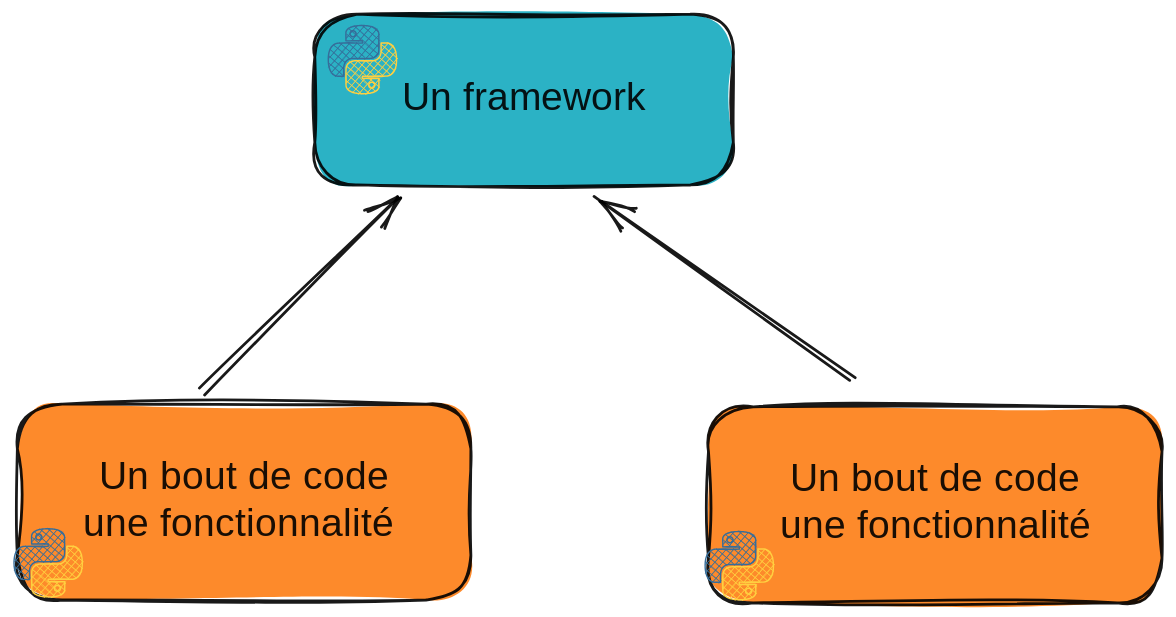
The Excalidraw diagram notebooks/media/code-with-framework.excalidraw.svg in ue22-p25/backend, before a commit. Source tidied: one line per element, renumbered; positions are measured from the earlier drawing's top-left corner, leaving out a move shared by most shapes.
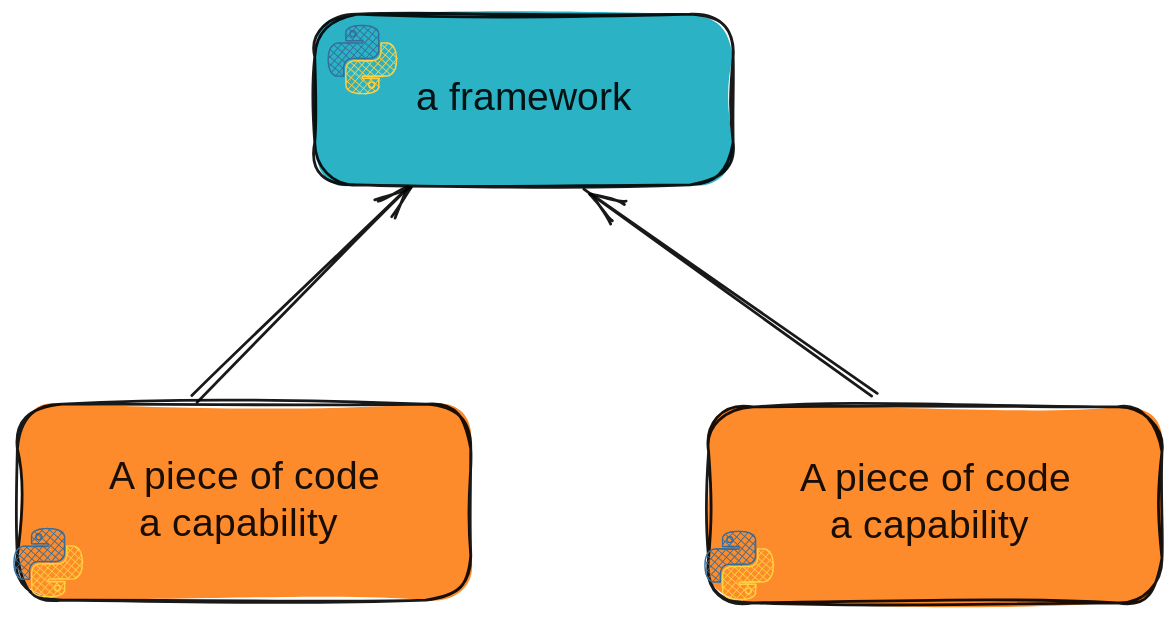
Above is the later version.

What changed in the source:
```diff
@@ -1,20 +1,20 @@
 {"id": 0, "type": "rectangle", "strokeColor": "#000000", "backgroundColor": "#15aabf", "fillStyle": "solid", "strokeWidth": 2, "roughness": 2, "opacity": 90, "round": true, "x": 215, "y": 0, "width": 299, "height": 122}
-{"id": 1, "type": "text", "text": "Un framework", "strokeColor": "#000000", "backgroundColor": "#ced4da", "fillStyle": "solid", "strokeWidth": 2, "roughness": 2, "opacity": 90, "fontSize": 28, "fontFamily": 1, "textAlign": "center", "verticalAlign": "middle", "inside": 0, "x": 282, "y": 44, "width": 164, "height": 34}
+{"id": 1, "type": "text", "text": "a framework", "strokeColor": "#000000", "backgroundColor": "#ced4da", "fillStyle": "solid", "strokeWidth": 2, "roughness": 2, "opacity": 90, "fontSize": 28, "fontFamily": 1, "textAlign": "center", "verticalAlign": "middle", "inside": 0, "x": 280, "y": 44, "width": 168, "height": 34}
 {"id": 2, "type": "line", "strokeColor": "#366d9a", "backgroundColor": "#366d9a", "fillStyle": "cross-hatch", "strokeWidth": 1, "roughness": 1, "x": 249, "y": 8, "width": 36, "height": 36, "points": [[0, 0], [0, 0], [-1, 0], [-2, 0], [-3, 0], [-4, 0], [-5, 0], [-6, 0], [-6, 1], [-7, 1], [-8, 1], [-8, 1], [-9, 1], [-9, 2], [-10, 2], [-10, 2], [-10, 2], [-10, 3], [-11, 3], [-11, 4], [-11, 4], [-12, 5], [-12, 5], [-12, 5], [-12, 5], [-12, 5], [-12, 11], [0, 11], [0, 13], [-16, 13], [-16, 13], [-16, 13], [-16, 13], [-16, 13], [-17, 13], [-17, 13], [-18, 13], [-18, 13], [-19, 13], [-19, 13], [-20, 14], [-21, 14], [-21, 14], [-21, 15], [-22, 15], [-22, 15], [-22, 16], [-23, 16], [-23, 17], [-23, 18], [-23, 18], [-24, 19], [-24, 20], [-24, 21], [-24, 22], [-24, 23], [-24, 24], [-24, 25], [-24, 26], [-24, 27], [-24, 28], [-24, 29], [-24, 30], [-23, 31], [-23, 31], [-23, 32], [-23, 32], [-22, 33], [-22, 33], [-22, 34], [-21, 34], [-21, 35], [-21, 35], [-20, 35], [-19, 36], [-19, 36], [-18, 36], [-18, 36], [-18, 36], [-17, 36], [-17, 36], [-17, 36], [-13, 36], [-13, 30], [-13, 30], [-13, 30], [-13, 30], [-13, 30], [-13, 30], [-13, 29], [-13, 29], [-13, 28], [-13, 28], [-12, 27], [-12, 26], [-12, 26], [-11, 25], [-10, 25], [-10, 24], [-10, 24], [-9, 24], [-9, 24], [-8, 24], [-8, 24], [-7, 24], [-6, 24], [5, 24], [5, 24], [5, 24], [5, 24], [6, 24], [6, 23], [6, 23], [7, 23], [7, 23], [8, 23], [9, 23], [9, 22], [10, 22], [10, 21], [11, 21], [11, 21], [11, 20], [11, 20], [12, 19], [12, 19], [12, 18], [12, 18], [12, 17], [12, 6], [12, 6], [12, 6], [12, 6], [12, 6], [12, 5], [12, 5], [12, 4], [11, 4], [11, 3], [11, 3], [10, 3], [10, 2], [9, 2], [9, 2], [8, 1], [8, 1], [7, 1], [7, 1], [6, 1], [5, 0], [4, 0], [3, 0], [2, 0], [1, 0], [0, 0], [0, 0]]}
 {"id": 3, "type": "line", "strokeColor": "#366d9a", "backgroundColor": "#366d9a", "fillStyle": "cross-hatch", "strokeWidth": 1, "roughness": 1, "x": 242, "y": 12, "width": 4, "height": 4, "points": [[0, 0], [0, 0], [0, 0], [1, 0], [1, 0], [2, 1], [2, 1], [2, 1], [2, 2], [2, 2], [2, 3], [2, 3], [2, 3], [2, 4], [1, 4], [1, 4], [0, 4], [0, 4], [0, 4], [-1, 4], [-1, 4], [-2, 4], [-2, 3], [-2, 3], [-2, 3], [-2, 2], [-2, 2], [-2, 1], [-2, 1], [-2, 1], [-1, 0], [-1, 0], [0, 0], [0, 0], [0, 0]]}
 {"id": 4, "type": "line", "strokeColor": "#ffd040", "backgroundColor": "#ffd040", "fillStyle": "cross-hatch", "strokeWidth": 1, "roughness": 1, "x": 249, "y": 57, "width": 36, "height": 36, "points": [[0, 0], [0, 0], [1, 0], [2, 0], [3, 0], [4, 0], [5, 0], [6, 0], [6, -1], [7, -1], [8, -1], [8, -1], [9, -1], [9, -2], [10, -2], [10, -2], [10, -2], [10, -3], [11, -3], [11, -4], [11, -4], [12, -5], [12, -5], [12, -5], [12, -5], [12, -5], [12, -11], [0, -11], [0, -13], [16, -13], [16, -13], [16, -13], [16, -13], [16, -13], [17, -13], [17, -13], [18, -13], [18, -13], [19, -13], [19, -13], [20, -14], [21, -14], [21, -14], [21, -15], [22, -15], [22, -15], [22, -16], [23, -16], [23, -17], [23, -18], [23, -18], [24, -19], [24, -20], [24, -21], [24, -22], [24, -23], [24, -24], [24, -25], [24, -26], [24, -27], [24, -28], [24, -29], [24, -30], [23, -31], [23, -31], [23, -32], [23, -32], [22, -33], [22, -33], [22, -34], [21, -34], [21, -35], [21, -35], [20, -35], [19, -36], [19, -36], [18, -36], [18, -36], [18, -36], [17, -36], [17, -36], [17, -36], [13, -36], [13, -30], [13, -30], [13, -30], [13, -30], [13, -30], [13, -30], [13, -29], [13, -29], [13, -28], [13, -28], [12, -27], [12, -26], [12, -26], [11, -25], [10, -25], [10, -24], [10, -24], [9, -24], [9, -24], [8, -24], [8, -24], [7, -24], [6, -24], [-5, -24], [-5, -24], [-5, -24], [-5, -24], [-6, -24], [-6, -23], [-6, -23], [-7, -23], [-7, -23], [-8, -23], [-9, -23], [-9, -22], [-10, -22], [-10, -21], [-11, -21], [-11, -21], [-11, -20], [-11, -20], [-12, -19], [-12, -19], [-12, -18], [-12, -18], [-12, -17], [-12, -6], [-12, -6], [-12, -6], [-12, -6], [-12, -6], [-12, -5], [-12, -5], [-12, -4], [-11, -4], [-11, -3], [-11, -3], [-10, -3], [-10, -2], [-9, -2], [-9, -2], [-8, -1], [-8, -1], [-7, -1], [-7, -1], [-6, -1], [-5, 0], [-4, 0], [-3, 0], [-2, 0], [-1, 0], [0, 0], [0, 0]]}
 {"id": 5, "type": "line", "strokeColor": "#ffd040", "backgroundColor": "#ffd040", "fillStyle": "cross-hatch", "strokeWidth": 1, "roughness": 1, "x": 256, "y": 53, "width": 4, "height": 4, "points": [[0, 0], [0, 0], [0, 0], [-1, 0], [-1, 0], [-2, -1], [-2, -1], [-2, -1], [-2, -2], [-2, -2], [-2, -3], [-2, -3], [-2, -3], [-2, -4], [-1, -4], [-1, -4], [0, -4], [0, -4], [0, -4], [1, -4], [1, -4], [2, -4], [2, -3], [2, -3], [2, -3], [2, -2], [2, -2], [2, -1], [2, -1], [2, -1], [1, 0], [1, 0], [0, 0], [0, 0], [0, 0]]}
-{"id": 6, "type": "rectangle", "strokeColor": "#000000", "backgroundColor": "#fd7e14", "fillStyle": "solid", "strokeWidth": 2, "roughness": 2, "opacity": 90, "round": true, "x": 2, "y": 278, "width": 324, "height": 140}
+{"id": 6, "type": "rectangle", "strokeColor": "#000000", "backgroundColor": "#fd7e14", "fillStyle": "solid", "strokeWidth": 2, "roughness": 2, "opacity": 90, "round": true, "x": 2, "y": 279, "width": 324, "height": 140}
-{"id": 7, "type": "text", "text": "Un bout de code\nune fonctionnalité ", "strokeColor": "#000000", "backgroundColor": "#ced4da", "fillStyle": "solid", "strokeWidth": 2, "roughness": 2, "opacity": 90, "fontSize": 28, "fontFamily": 1, "textAlign": "center", "verticalAlign": "middle", "inside": 6, "x": 59, "y": 315, "width": 210, "height": 67}
+{"id": 7, "type": "text", "text": "A piece of code\na capability ", "strokeColor": "#000000", "backgroundColor": "#ced4da", "fillStyle": "solid", "strokeWidth": 2, "roughness": 2, "opacity": 90, "fontSize": 28, "fontFamily": 1, "textAlign": "center", "verticalAlign": "middle", "inside": 6, "x": 57, "y": 315, "width": 215, "height": 67}
 {"id": 8, "type": "line", "strokeColor": "#366d9a", "backgroundColor": "#366d9a", "fillStyle": "cross-hatch", "strokeWidth": 1, "roughness": 1, "x": 24, "y": 368, "width": 36, "height": 36, "points": [[0, 0], [0, 0], [-1, 0], [-2, 0], [-3, 0], [-4, 0], [-5, 0], [-6, 0], [-6, 1], [-7, 1], [-8, 1], [-8, 1], [-9, 1], [-9, 2], [-10, 2], [-10, 2], [-10, 2], [-10, 3], [-11, 3], [-11, 4], [-11, 4], [-12, 5], [-12, 5], [-12, 5], [-12, 5], [-12, 5], [-12, 11], [0, 11], [0, 13], [-16, 13], [-16, 13], [-16, 13], [-16, 13], [-16, 13], [-17, 13], [-17, 13], [-18, 13], [-18, 13], [-19, 13], [-19, 13], [-20, 14], [-21, 14], [-21, 14], [-21, 15], [-22, 15], [-22, 15], [-22, 16], [-23, 16], [-23, 17], [-23, 18], [-23, 18], [-24, 19], [-24, 20], [-24, 21], [-24, 22], [-24, 23], [-24, 24], [-24, 25], [-24, 26], [-24, 27], [-24, 28], [-24, 29], [-24, 30], [-23, 31], [-23, 31], [-23, 32], [-23, 32], [-22, 33], [-22, 33], [-22, 34], [-21, 34], [-21, 35], [-21, 35], [-20, 35], [-19, 36], [-19, 36], [-18, 36], [-18, 36], [-18, 36], [-17, 36], [-17, 36], [-17, 36], [-13, 36], [-13, 30], [-13, 30], [-13, 30], [-13, 30], [-13, 30], [-13, 30], [-13, 29], [-13, 29], [-13, 28], [-13, 28], [-12, 27], [-12, 26], [-12, 26], [-11, 25], [-10, 25], [-10, 24], [-10, 24], [-9, 24], [-9, 24], [-8, 24], [-8, 24], [-7, 24], [-6, 24], [5, 24], [5, 24], [5, 24], [5, 24], [6, 24], [6, 23], [6, 23], [7, 23], [7, 23], [8, 23], [9, 23], [9, 22], [10, 22], [10, 21], [11, 21], [11, 21], [11, 20], [11, 20], [12, 19], [12, 19], [12, 18], [12, 18], [12, 17], [12, 6], [12, 6], [12, 6], [12, 6], [12, 6], [12, 5], [12, 5], [12, 4], [11, 4], [11, 3], [11, 3], [10, 3], [10, 2], [9, 2], [9, 2], [8, 1], [8, 1], [7, 1], [7, 1], [6, 1], [5, 0], [4, 0], [3, 0], [2, 0], [1, 0], [0, 0], [0, 0]]}
 {"id": 9, "type": "line", "strokeColor": "#366d9a", "backgroundColor": "#366d9a", "fillStyle": "cross-hatch", "strokeWidth": 1, "roughness": 1, "x": 18, "y": 371, "width": 4, "height": 4, "points": [[0, 0], [0, 0], [0, 0], [1, 0], [1, 0], [2, 1], [2, 1], [2, 1], [2, 2], [2, 2], [2, 3], [2, 3], [2, 3], [2, 4], [1, 4], [1, 4], [0, 4], [0, 4], [0, 4], [-1, 4], [-1, 4], [-2, 4], [-2, 3], [-2, 3], [-2, 3], [-2, 2], [-2, 2], [-2, 1], [-2, 1], [-2, 1], [-1, 0], [-1, 0], [0, 0], [0, 0], [0, 0]]}
 {"id": 10, "type": "line", "strokeColor": "#ffd040", "backgroundColor": "#ffd040", "fillStyle": "cross-hatch", "strokeWidth": 1, "roughness": 1, "x": 25, "y": 416, "width": 36, "height": 36, "points": [[0, 0], [0, 0], [1, 0], [2, 0], [3, 0], [4, 0], [5, 0], [6, 0], [6, -1], [7, -1], [8, -1], [8, -1], [9, -1], [9, -2], [10, -2], [10, -2], [10, -2], [10, -3], [11, -3], [11, -4], [11, -4], [12, -5], [12, -5], [12, -5], [12, -5], [12, -5], [12, -11], [0, -11], [0, -13], [16, -13], [16, -13], [16, -13], [16, -13], [16, -13], [17, -13], [17, -13], [18, -13], [18, -13], [19, -13], [19, -13], [20, -14], [21, -14], [21, -14], [21, -15], [22, -15], [22, -15], [22, -16], [23, -16], [23, -17], [23, -18], [23, -18], [24, -19], [24, -20], [24, -21], [24, -22], [24, -23], [24, -24], [24, -25], [24, -26], [24, -27], [24, -28], [24, -29], [24, -30], [23, -31], [23, -31], [23, -32], [23, -32], [22, -33], [22, -33], [22, -34], [21, -34], [21, -35], [21, -35], [20, -35], [19, -36], [19, -36], [18, -36], [18, -36], [18, -36], [17, -36], [17, -36], [17, -36], [13, -36], [13, -30], [13, -30], [13, -30], [13, -30], [13, -30], [13, -30], [13, -29], [13, -29], [13, -28], [13, -28], [12, -27], [12, -26], [12, -26], [11, -25], [10, -25], [10, -24], [10, -24], [9, -24], [9, -24], [8, -24], [8, -24], [7, -24], [6, -24], [-5, -24], [-5, -24], [-5, -24], [-5, -24], [-6, -24], [-6, -23], [-6, -23], [-7, -23], [-7, -23], [-8, -23], [-9, -23], [-9, -22], [-10, -22], [-10, -21], [-11, -21], [-11, -21], [-11, -20], [-11, -20], [-12, -19], [-12, -19], [-12, -18], [-12, -18], [-12, -17], [-12, -6], [-12, -6], [-12, -6], [-12, -6], [-12, -6], [-12, -5], [-12, -5], [-12, -4], [-11, -4], [-11, -3], [-11, -3], [-10, -3], [-10, -2], [-9, -2], [-9, -2], [-8, -1], [-8, -1], [-7, -1], [-7, -1], [-6, -1], [-5, 0], [-4, 0], [-3, 0], [-2, 0], [-1, 0], [0, 0], [0, 0]]}
 {"id": 11, "type": "line", "strokeColor": "#ffd040", "backgroundColor": "#ffd040", "fillStyle": "cross-hatch", "strokeWidth": 1, "roughness": 1, "x": 31, "y": 412, "width": 4, "height": 4, "points": [[0, 0], [0, 0], [0, 0], [-1, 0], [-1, 0], [-2, -1], [-2, -1], [-2, -1], [-2, -2], [-2, -2], [-2, -3], [-2, -3], [-2, -3], [-2, -4], [-1, -4], [-1, -4], [0, -4], [0, -4], [0, -4], [1, -4], [1, -4], [2, -4], [2, -3], [2, -3], [2, -3], [2, -2], [2, -2], [2, -1], [2, -1], [2, -1], [1, 0], [1, 0], [0, 0], [0, 0], [0, 0]]}
-{"id": 12, "type": "rectangle", "strokeColor": "#000000", "backgroundColor": "#fd7e14", "fillStyle": "solid", "strokeWidth": 2, "roughness": 2, "opacity": 90, "round": true, "x": 496, "y": 280, "width": 324, "height": 140}
+{"id": 12, "type": "rectangle", "strokeColor": "#000000", "backgroundColor": "#fd7e14", "fillStyle": "solid", "strokeWidth": 2, "roughness": 2, "opacity": 90, "round": true, "x": 496, "y": 281, "width": 324, "height": 140}
-{"id": 13, "type": "text", "text": "Un bout de code\nune fonctionnalité", "strokeColor": "#000000", "backgroundColor": "#ced4da", "fillStyle": "solid", "strokeWidth": 2, "roughness": 2, "opacity": 90, "fontSize": 28, "fontFamily": 1, "textAlign": "center", "verticalAlign": "middle", "inside": 12, "x": 557, "y": 317, "width": 203, "height": 67}
+{"id": 13, "type": "text", "text": "A piece of code\na capability ", "strokeColor": "#000000", "backgroundColor": "#ced4da", "fillStyle": "solid", "strokeWidth": 2, "roughness": 2, "opacity": 90, "fontSize": 28, "fontFamily": 1, "textAlign": "center", "verticalAlign": "middle", "inside": 12, "x": 551, "y": 317, "width": 215, "height": 67}
 {"id": 14, "type": "line", "strokeColor": "#366d9a", "backgroundColor": "#366d9a", "fillStyle": "cross-hatch", "strokeWidth": 1, "roughness": 1, "x": 518, "y": 370, "width": 36, "height": 36, "points": [[0, 0], [0, 0], [-1, 0], [-2, 0], [-3, 0], [-4, 0], [-5, 0], [-6, 0], [-6, 1], [-7, 1], [-8, 1], [-8, 1], [-9, 1], [-9, 2], [-10, 2], [-10, 2], [-10, 2], [-10, 3], [-11, 3], [-11, 4], [-11, 4], [-12, 5], [-12, 5], [-12, 5], [-12, 5], [-12, 5], [-12, 11], [0, 11], [0, 13], [-16, 13], [-16, 13], [-16, 13], [-16, 13], [-16, 13], [-17, 13], [-17, 13], [-18, 13], [-18, 13], [-19, 13], [-19, 13], [-20, 14], [-21, 14], [-21, 14], [-21, 15], [-22, 15], [-22, 15], [-22, 16], [-23, 16], [-23, 17], [-23, 18], [-23, 18], [-24, 19], [-24, 20], [-24, 21], [-24, 22], [-24, 23], [-24, 24], [-24, 25], [-24, 26], [-24, 27], [-24, 28], [-24, 29], [-24, 30], [-23, 31], [-23, 31], [-23, 32], [-23, 32], [-22, 33], [-22, 33], [-22, 34], [-21, 34], [-21, 35], [-21, 35], [-20, 35], [-19, 36], [-19, 36], [-18, 36], [-18, 36], [-18, 36], [-17, 36], [-17, 36], [-17, 36], [-13, 36], [-13, 30], [-13, 30], [-13, 30], [-13, 30], [-13, 30], [-13, 30], [-13, 29], [-13, 29], [-13, 28], [-13, 28], [-12, 27], [-12, 26], [-12, 26], [-11, 25], [-10, 25], [-10, 24], [-10, 24], [-9, 24], [-9, 24], [-8, 24], [-8, 24], [-7, 24], [-6, 24], [5, 24], [5, 24], [5, 24], [5, 24], [6, 24], [6, 23], [6, 23], [7, 23], [7, 23], [8, 23], [9, 23], [9, 22], [10, 22], [10, 21], [11, 21], [11, 21], [11, 20], [11, 20], [12, 19], [12, 19], [12, 18], [12, 18], [12, 17], [12, 6], [12, 6], [12, 6], [12, 6], [12, 6], [12, 5], [12, 5], [12, 4], [11, 4], [11, 3], [11, 3], [10, 3], [10, 2], [9, 2], [9, 2], [8, 1], [8, 1], [7, 1], [7, 1], [6, 1], [5, 0], [4, 0], [3, 0], [2, 0], [1, 0], [0, 0], [0, 0]]}
 {"id": 15, "type": "line", "strokeColor": "#366d9a", "backgroundColor": "#366d9a", "fillStyle": "cross-hatch", "strokeWidth": 1, "roughness": 1, "x": 511, "y": 373, "width": 4, "height": 4, "points": [[0, 0], [0, 0], [0, 0], [1, 0], [1, 0], [2, 1], [2, 1], [2, 1], [2, 2], [2, 2], [2, 3], [2, 3], [2, 3], [2, 4], [1, 4], [1, 4], [0, 4], [0, 4], [0, 4], [-1, 4], [-1, 4], [-2, 4], [-2, 3], [-2, 3], [-2, 3], [-2, 2], [-2, 2], [-2, 1], [-2, 1], [-2, 1], [-1, 0], [-1, 0], [0, 0], [0, 0], [0, 0]]}
 {"id": 16, "type": "line", "strokeColor": "#ffd040", "backgroundColor": "#ffd040", "fillStyle": "cross-hatch", "strokeWidth": 1, "roughness": 1, "x": 518, "y": 418, "width": 36, "height": 36, "points": [[0, 0], [0, 0], [1, 0], [2, 0], [3, 0], [4, 0], [5, 0], [6, 0], [6, -1], [7, -1], [8, -1], [8, -1], [9, -1], [9, -2], [10, -2], [10, -2], [10, -2], [10, -3], [11, -3], [11, -4], [11, -4], [12, -5], [12, -5], [12, -5], [12, -5], [12, -5], [12, -11], [0, -11], [0, -13], [16, -13], [16, -13], [16, -13], [16, -13], [16, -13], [17, -13], [17, -13], [18, -13], [18, -13], [19, -13], [19, -13], [20, -14], [21, -14], [21, -14], [21, -15], [22, -15], [22, -15], [22, -16], [23, -16], [23, -17], [23, -18], [23, -18], [24, -19], [24, -20], [24, -21], [24, -22], [24, -23], [24, -24], [24, -25], [24, -26], [24, -27], [24, -28], [24, -29], [24, -30], [23, -31], [23, -31], [23, -32], [23, -32], [22, -33], [22, -33], [22, -34], [21, -34], [21, -35], [21, -35], [20, -35], [19, -36], [19, -36], [18, -36], [18, -36], [18, -36], [17, -36], [17, -36], [17, -36], [13, -36], [13, -30], [13, -30], [13, -30], [13, -30], [13, -30], [13, -30], [13, -29], [13, -29], [13, -28], [13, -28], [12, -27], [12, -26], [12, -26], [11, -25], [10, -25], [10, -24], [10, -24], [9, -24], [9, -24], [8, -24], [8, -24], [7, -24], [6, -24], [-5, -24], [-5, -24], [-5, -24], [-5, -24], [-6, -24], [-6, -23], [-6, -23], [-7, -23], [-7, -23], [-8, -23], [-9, -23], [-9, -22], [-10, -22], [-10, -21], [-11, -21], [-11, -21], [-11, -20], [-11, -20], [-12, -19], [-12, -19], [-12, -18], [-12, -18], [-12, -17], [-12, -6], [-12, -6], [-12, -6], [-12, -6], [-12, -6], [-12, -5], [-12, -5], [-12, -4], [-11, -4], [-11, -3], [-11, -3], [-10, -3], [-10, -2], [-9, -2], [-9, -2], [-8, -1], [-8, -1], [-7, -1], [-7, -1], [-6, -1], [-5, 0], [-4, 0], [-3, 0], [-2, 0], [-1, 0], [0, 0], [0, 0]]}
 {"id": 17, "type": "line", "strokeColor": "#ffd040", "backgroundColor": "#ffd040", "fillStyle": "cross-hatch", "strokeWidth": 1, "roughness": 1, "x": 525, "y": 414, "width": 4, "height": 4, "points": [[0, 0], [0, 0], [0, 0], [-1, 0], [-1, 0], [-2, -1], [-2, -1], [-2, -1], [-2, -2], [-2, -2], [-2, -3], [-2, -3], [-2, -3], [-2, -4], [-1, -4], [-1, -4], [0, -4], [0, -4], [0, -4], [1, -4], [1, -4], [2, -4], [2, -3], [2, -3], [2, -3], [2, -2], [2, -2], [2, -1], [2, -1], [2, -1], [1, 0], [1, 0], [0, 0], [0, 0], [0, 0]]}
-{"id": 18, "type": "arrow", "strokeColor": "#000000", "backgroundColor": "#15aabf", "fillStyle": "solid", "strokeWidth": 2, "roughness": 2, "opacity": 90, "endArrowhead": "arrow", "round": true, "from": 6, "to": 0, "x": 135, "y": 270, "width": 137, "height": 135, "points": [[0, 0], [137, -135]]}
+{"id": 18, "type": "arrow", "strokeColor": "#000000", "backgroundColor": "#15aabf", "fillStyle": "solid", "strokeWidth": 2, "roughness": 2, "opacity": 90, "endArrowhead": "arrow", "round": true, "from": 6, "to": 0, "x": 130, "y": 275, "width": 150, "height": 148, "points": [[0, 0], [150, -148]]}
-{"id": 19, "type": "arrow", "strokeColor": "#000000", "backgroundColor": "#15aabf", "fillStyle": "solid", "strokeWidth": 2, "roughness": 2, "opacity": 90, "endArrowhead": "arrow", "round": true, "from": 12, "to": 0, "x": 599, "y": 260, "width": 183, "height": 130, "points": [[0, 0], [-183, -130]]}
+{"id": 19, "type": "arrow", "strokeColor": "#000000", "backgroundColor": "#15aabf", "fillStyle": "solid", "strokeWidth": 2, "roughness": 2, "opacity": 90, "endArrowhead": "arrow", "round": true, "from": 12, "to": 0, "x": 615, "y": 272, "width": 206, "height": 146, "points": [[0, 0], [-206, -146]]}
```
